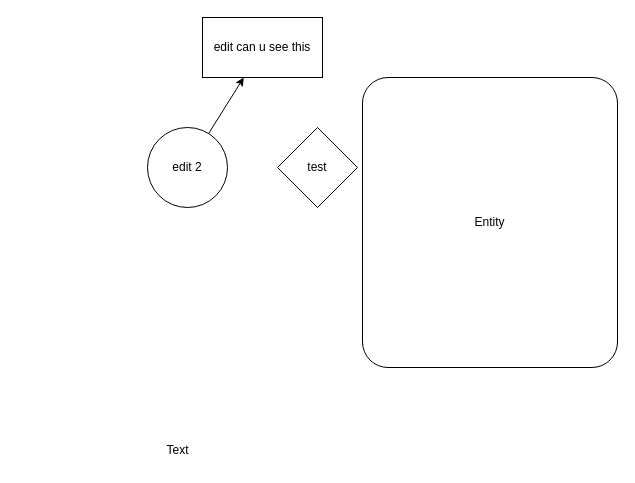
Above: Untitled Diagram.drawio in diego-karsa/Data-Management-Group-15 (draw.io), before the change. Source tidied: cells renumbered, new cells numbered last; positions are measured from the earlier drawing's top-left corner, leaving out a move shared by most shapes. Both pictures are drawn from the tidied source at 100%, with x=0, y=0 at pixel (147, 17).
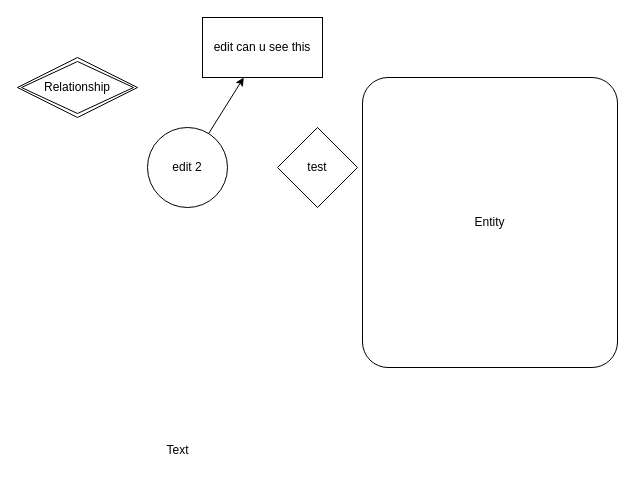
The same diagram, later.

Diff of the diagram source:
```diff
@@
 <mxGraphModel>
   <root>
     <mxCell id="0" />
     <mxCell id="1" parent="0" />
     <mxCell id="2" value="test" style="rhombus;whiteSpace=wrap;html=1;" parent="1" vertex="1">
       <mxGeometry x="130" y="110" width="80" height="80" as="geometry" />
     </mxCell>
     <mxCell id="3" value="Entity" style="rounded=1;arcSize=10;whiteSpace=wrap;html=1;align=center;" parent="1" vertex="1">
       <mxGeometry x="215" y="60" width="255" height="290" as="geometry" />
     </mxCell>
     <mxCell id="4" value="Text" style="text;html=1;align=center;verticalAlign=middle;strokeColor=none;fillColor=none;" parent="1" vertex="1">
       <mxGeometry x="5" y="418" width="50" height="30" as="geometry" />
     </mxCell>
     <mxCell id="5" value="edit can u see this" style="rounded=0;whiteSpace=wrap;html=1;" parent="1" vertex="1">
       <mxGeometry x="55" width="120" height="60" as="geometry" />
     </mxCell>
     <mxCell id="6" style="edgeStyle=none;html=1;" parent="1" edge="1" source="7" target="5">
       <mxGeometry relative="1" as="geometry" />
     </mxCell>
     <mxCell id="7" value="edit 2" style="ellipse;whiteSpace=wrap;html=1;" parent="1" vertex="1">
       <mxGeometry y="110" width="80" height="80" as="geometry" />
     </mxCell>
+    <mxCell id="8" value="Relationship" style="shape=rhombus;double=1;perimeter=rhombusPerimeter;whiteSpace=wrap;html=1;align=center;" parent="1" vertex="1">
+      <mxGeometry x="-130" y="40" width="120" height="60" as="geometry" />
+    </mxCell>
   </root>
 </mxGraphModel>
```
